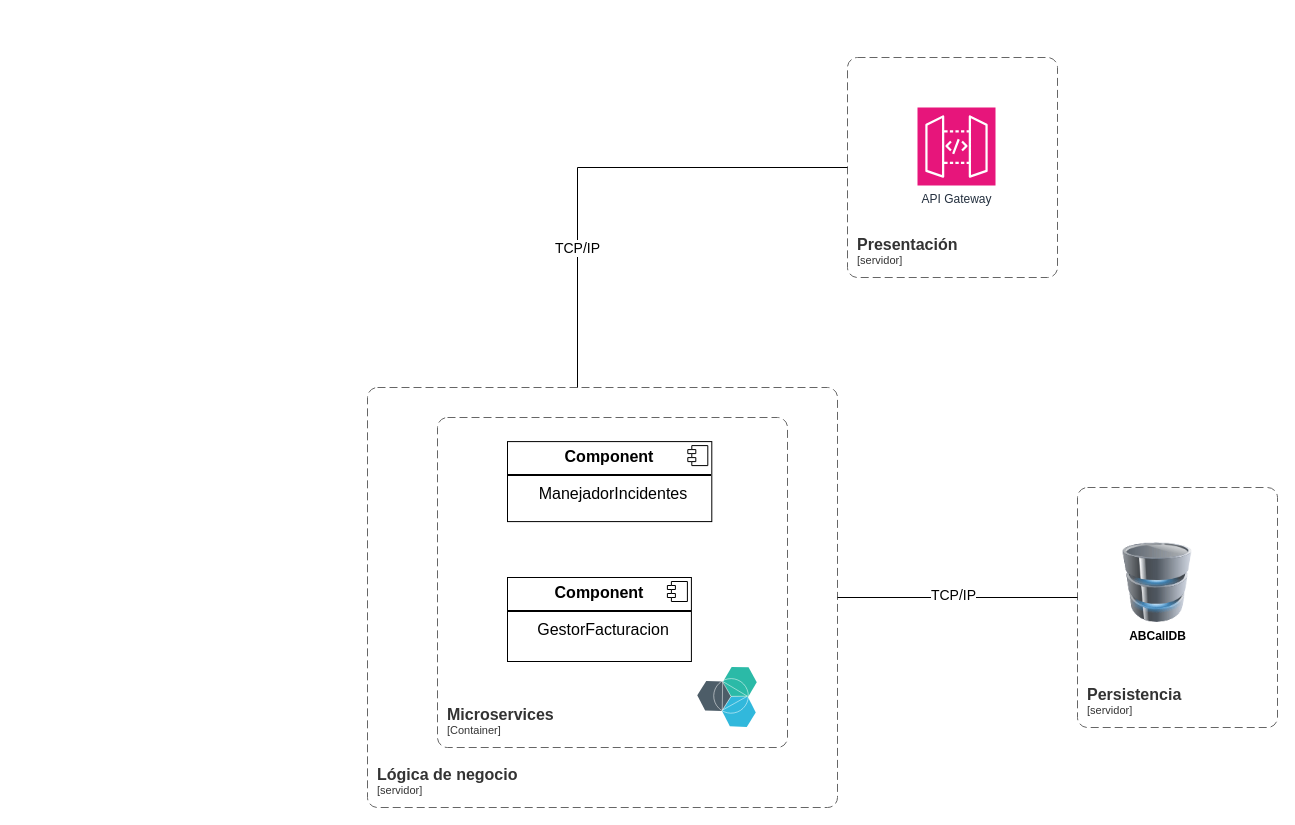
This is page "hu experimento arquitectura abcall" (7 of 7) of diagramas.drawio from lordmkichavi-andes/MISW4202-202414-Grupo017, a draw.io file, before an edit. Source tidied: cells renumbered, new cells numbered last; positions are measured from the earlier drawing's top-left corner, leaving out a move shared by most shapes. Both pictures are drawn from the tidied source at 100%, with x=0, y=0 at pixel (367, 57).
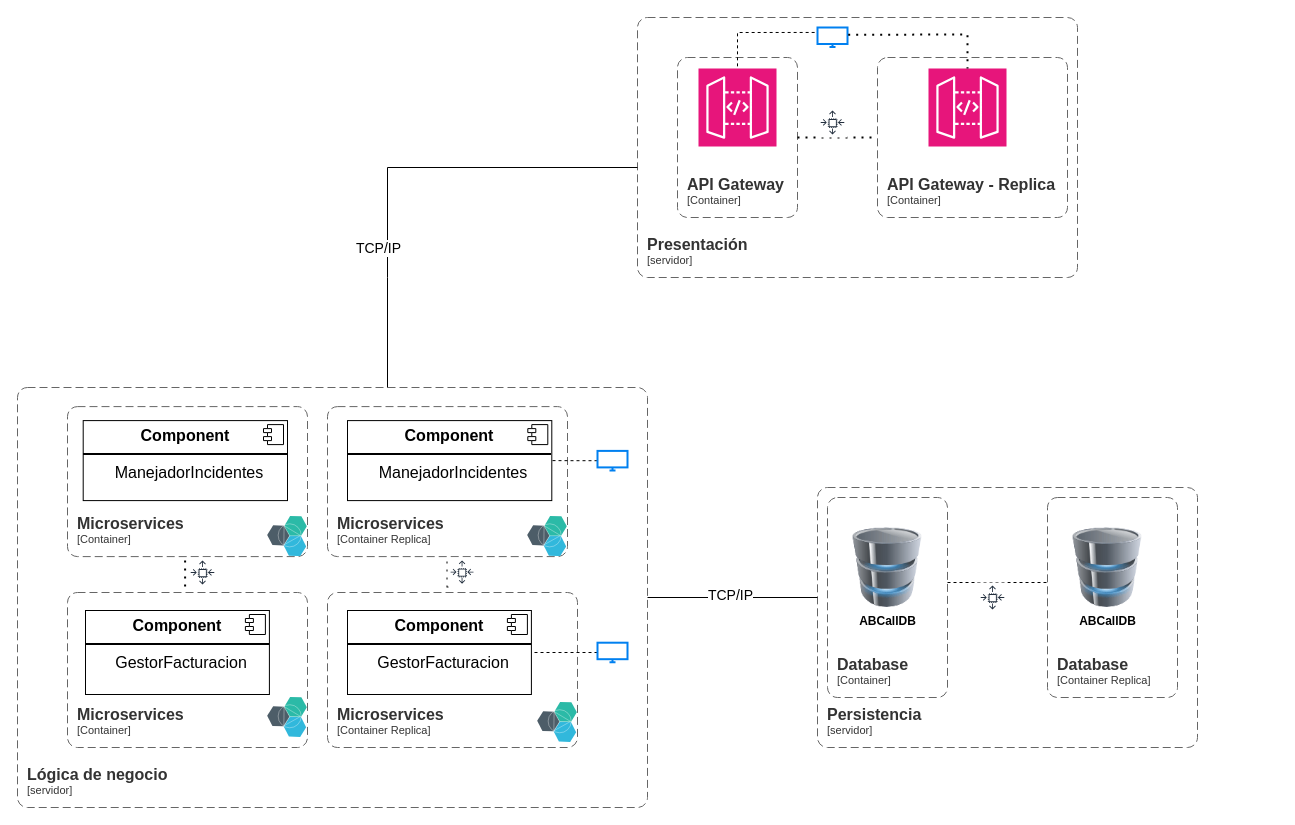
The same page after the edit.

What changed in the source:
```diff
@@
-    <mxCell id="2" style="image;perimeter=ellipsePerimeter;html=1;align=center;shadow=0;dashed=0;fontColor=#4277BB;labelBackgroundColor=default;fontSize=12;spacingTop=3;image=img/lib/ibm/miscellaneous/microservices_application.svg;" parent="1" vertex="1">
-      <mxGeometry x="330" y="610" width="60" height="60" as="geometry" />
-    </mxCell>
     <mxCell id="3" value="&lt;p style=&quot;margin: 6px 0px 0px; text-align: center; font-size: 16px;&quot;&gt;&lt;b style=&quot;font-size: 16px;&quot;&gt;&lt;font style=&quot;font-size: 16px;&quot;&gt;Component&lt;/font&gt;&lt;/b&gt;&lt;/p&gt;&lt;hr style=&quot;border-style: solid; font-size: 16px;&quot;&gt;&lt;p style=&quot;text-align: center; margin: 0px 0px 0px 8px; font-size: 16px;&quot;&gt;&lt;font style=&quot;font-size: 16px;&quot;&gt;ManejadorIncidentes&lt;/font&gt;&lt;br style=&quot;font-size: 16px;&quot;&gt;&lt;/p&gt;" style="align=left;overflow=fill;html=1;whiteSpace=wrap;fontSize=16;" parent="1" vertex="1">
-      <mxGeometry x="140" y="384.1" width="204.3" height="80" as="geometry" />
+      <mxGeometry x="-20" y="363.1" width="204.3" height="80" as="geometry" />
     </mxCell>
@@
     <mxCell id="5" value="&lt;p style=&quot;margin: 6px 0px 0px; text-align: center; font-size: 16px;&quot;&gt;&lt;b style=&quot;font-size: 16px;&quot;&gt;Component&lt;/b&gt;&lt;/p&gt;&lt;hr style=&quot;border-style: solid; font-size: 16px;&quot;&gt;&lt;p style=&quot;text-align: center; margin: 0px 0px 0px 8px; font-size: 16px;&quot;&gt;GestorFacturacion&lt;br style=&quot;font-size: 16px;&quot;&gt;&lt;/p&gt;" style="align=left;overflow=fill;html=1;whiteSpace=wrap;fontSize=16;" parent="1" vertex="1">
-      <mxGeometry x="140" y="520" width="183.9" height="84" as="geometry" />
+      <mxGeometry x="-20" y="553" width="183.9" height="84" as="geometry" />
     </mxCell>
@@
+    <mxCell id="17" style="edgeStyle=orthogonalEdgeStyle;rounded=0;orthogonalLoop=1;jettySize=auto;html=1;endArrow=none;endFill=0;dashed=1;" parent="1" edge="1">
+      <mxGeometry relative="1" as="geometry">
+        <mxPoint x="580" y="525" as="sourcePoint" />
+        <mxPoint x="680" y="525" as="targetPoint" />
+      </mxGeometry>
+    </mxCell>
     <mxCell id="7" value="&lt;b&gt;ABCallDB&lt;/b&gt;" style="image;html=1;image=img/lib/clip_art/computers/Database_128x128.png;" parent="1" vertex="1">
-      <mxGeometry x="750" y="485" width="80" height="80" as="geometry" />
+      <mxGeometry x="480" y="470" width="80" height="80" as="geometry" />
     </mxCell>
-    <object id="8" label="&lt;font style=&quot;font-size: 16px&quot;&gt;&lt;b&gt;&lt;div style=&quot;text-align: left&quot;&gt;%c4Name%&lt;/div&gt;&lt;/b&gt;&lt;/font&gt;&lt;div style=&quot;text-align: left&quot;&gt;[%c4Application%]&lt;/div&gt;" c4Application="Container" c4Name="Microservices" placeholders="1">
+    <object id="8" label="&lt;font style=&quot;font-size: 16px&quot;&gt;&lt;b&gt;&lt;div style=&quot;text-align: left&quot;&gt;%c4Name%&lt;/div&gt;&lt;/b&gt;&lt;/font&gt;&lt;div style=&quot;text-align: left&quot;&gt;[%c4Application%]&lt;/div&gt;" c4Application="Container Replica" c4Name="Microservices" placeholders="1">
       <mxCell style="rounded=1;fontSize=11;whiteSpace=wrap;html=1;dashed=1;arcSize=20;fillColor=none;strokeColor=#666666;fontColor=#333333;labelBackgroundColor=none;align=left;verticalAlign=bottom;labelBorderColor=none;spacingTop=0;spacing=10;dashPattern=8 4;perimeter=rectanglePerimeter;noLabel=0;labelPadding=0;absoluteArcSize=1;" parent="1" vertex="1">
-        <mxGeometry x="70" y="360" width="350" height="330" as="geometry" />
+        <mxGeometry x="-40" y="349.1" width="240" height="150" as="geometry" />
       </mxCell>
     </object>
     <object id="9" label="&lt;font style=&quot;font-size: 16px&quot;&gt;&lt;b&gt;&lt;div style=&quot;text-align: left&quot;&gt;%c4Name%&lt;/div&gt;&lt;/b&gt;&lt;/font&gt;&lt;div style=&quot;text-align: left&quot;&gt;[%c4Application%]&lt;/div&gt;" c4Application="servidor" c4Name="Presentación" placeholders="1">
       <mxCell style="rounded=1;fontSize=11;whiteSpace=wrap;html=1;dashed=1;arcSize=20;fillColor=none;strokeColor=#666666;fontColor=#333333;labelBackgroundColor=none;align=left;verticalAlign=bottom;labelBorderColor=none;spacingTop=0;spacing=10;dashPattern=8 4;perimeter=rectanglePerimeter;noLabel=0;labelPadding=0;absoluteArcSize=1;" parent="1" vertex="1">
-        <mxGeometry x="480" width="210" height="220" as="geometry" />
+        <mxGeometry x="270" y="-40" width="440" height="260" as="geometry" />
       </mxCell>
     </object>
     <object id="10" label="&lt;font style=&quot;font-size: 16px&quot;&gt;&lt;b&gt;&lt;div style=&quot;text-align: left&quot;&gt;%c4Name%&lt;/div&gt;&lt;/b&gt;&lt;/font&gt;&lt;div style=&quot;text-align: left&quot;&gt;[%c4Application%]&lt;/div&gt;" c4Application="servidor" c4Name="Persistencia" placeholders="1">
       <mxCell style="rounded=1;fontSize=11;whiteSpace=wrap;html=1;dashed=1;arcSize=20;fillColor=none;strokeColor=#666666;fontColor=#333333;labelBackgroundColor=none;align=left;verticalAlign=bottom;labelBorderColor=none;spacingTop=0;spacing=10;dashPattern=8 4;perimeter=rectanglePerimeter;noLabel=0;labelPadding=0;absoluteArcSize=1;" parent="1" vertex="1">
-        <mxGeometry x="710" y="430" width="200" height="240" as="geometry" />
+        <mxGeometry x="450" y="430" width="380" height="260" as="geometry" />
       </mxCell>
     </object>
     <object id="11" label="&lt;font style=&quot;font-size: 16px&quot;&gt;&lt;b&gt;&lt;div style=&quot;text-align: left&quot;&gt;%c4Name%&lt;/div&gt;&lt;/b&gt;&lt;/font&gt;&lt;div style=&quot;text-align: left&quot;&gt;[%c4Application%]&lt;/div&gt;" c4Application="servidor" c4Name="Lógica de negocio" placeholders="1">
       <mxCell style="rounded=1;fontSize=11;whiteSpace=wrap;html=1;dashed=1;arcSize=20;fillColor=none;strokeColor=#666666;fontColor=#333333;labelBackgroundColor=none;align=left;verticalAlign=bottom;labelBorderColor=none;spacingTop=0;spacing=10;dashPattern=8 4;perimeter=rectanglePerimeter;noLabel=0;labelPadding=0;absoluteArcSize=1;" parent="1" vertex="1">
-        <mxGeometry y="330" width="470" height="420" as="geometry" />
+        <mxGeometry x="-350" y="330" width="630" height="420" as="geometry" />
       </mxCell>
     </object>
-    <mxCell id="12" value="API Gateway" style="sketch=0;points=[[0,0,0],[0.25,0,0],[0.5,0,0],[0.75,0,0],[1,0,0],[0,1,0],[0.25,1,0],[0.5,1,0],[0.75,1,0],[1,1,0],[0,0.25,0],[0,0.5,0],[0,0.75,0],[1,0.25,0],[1,0.5,0],[1,0.75,0]];outlineConnect=0;fontColor=#232F3E;fillColor=#E7157B;strokeColor=#ffffff;dashed=0;verticalLabelPosition=bottom;verticalAlign=top;align=center;html=1;fontSize=12;fontStyle=0;shape=mxgraph.aws4.resourceIcon;resIcon=mxgraph.aws4.api_gateway;" parent="1" vertex="1">
-      <mxGeometry x="550" y="50" width="78" height="78" as="geometry" />
+    <mxCell id="12" style="sketch=0;points=[[0,0,0],[0.25,0,0],[0.5,0,0],[0.75,0,0],[1,0,0],[0,1,0],[0.25,1,0],[0.5,1,0],[0.75,1,0],[1,1,0],[0,0.25,0],[0,0.5,0],[0,0.75,0],[1,0.25,0],[1,0.5,0],[1,0.75,0]];outlineConnect=0;fontColor=#232F3E;fillColor=#E7157B;strokeColor=#ffffff;dashed=0;verticalLabelPosition=bottom;verticalAlign=top;align=center;html=1;fontSize=12;fontStyle=0;shape=mxgraph.aws4.resourceIcon;resIcon=mxgraph.aws4.api_gateway;" parent="1" vertex="1">
+      <mxGeometry x="561" y="11" width="78" height="78" as="geometry" />
     </mxCell>
     <mxCell id="13" style="endArrow=none;html=1;rounded=0;" parent="1" edge="1">
       <mxGeometry relative="1" as="geometry">
-        <mxPoint x="210" y="330" as="sourcePoint" />
-        <mxPoint x="480" y="110" as="targetPoint" />
+        <mxPoint x="20" y="330" as="sourcePoint" />
+        <mxPoint x="270" y="110" as="targetPoint" />
         <Array as="points">
-          <mxPoint x="210" y="110" />
+          <mxPoint x="20" y="220" />
+          <mxPoint x="20" y="110" />
         </Array>
       </mxGeometry>
     </mxCell>
@@
     <mxCell id="15" style="endArrow=none;html=1;rounded=0;" parent="1" edge="1">
       <mxGeometry relative="1" as="geometry">
-        <mxPoint x="470" y="540" as="sourcePoint" />
-        <mxPoint x="710" y="540" as="targetPoint" />
+        <mxPoint x="280" y="540" as="sourcePoint" />
+        <mxPoint x="450" y="540" as="targetPoint" />
       </mxGeometry>
     </mxCell>
@@
+    <mxCell id="18" value="&lt;p style=&quot;margin: 6px 0px 0px; text-align: center; font-size: 16px;&quot;&gt;&lt;b style=&quot;font-size: 16px;&quot;&gt;&lt;font style=&quot;font-size: 16px;&quot;&gt;Component&lt;/font&gt;&lt;/b&gt;&lt;/p&gt;&lt;hr style=&quot;border-style: solid; font-size: 16px;&quot;&gt;&lt;p style=&quot;text-align: center; margin: 0px 0px 0px 8px; font-size: 16px;&quot;&gt;&lt;font style=&quot;font-size: 16px;&quot;&gt;ManejadorIncidentes&lt;/font&gt;&lt;br style=&quot;font-size: 16px;&quot;&gt;&lt;/p&gt;" style="align=left;overflow=fill;html=1;whiteSpace=wrap;fontSize=16;" parent="1" vertex="1">
+      <mxGeometry x="-284.3" y="363.1" width="204.3" height="80" as="geometry" />
+    </mxCell>
+    <mxCell id="19" style="shape=component;jettyWidth=8;jettyHeight=4;fontSize=16;" parent="18" vertex="1">
+      <mxGeometry x="1" width="20" height="20" relative="1" as="geometry">
+        <mxPoint x="-24" y="4" as="offset" />
+      </mxGeometry>
+    </mxCell>
+    <mxCell id="20" value="&lt;p style=&quot;margin: 6px 0px 0px; text-align: center; font-size: 16px;&quot;&gt;&lt;b style=&quot;font-size: 16px;&quot;&gt;Component&lt;/b&gt;&lt;/p&gt;&lt;hr style=&quot;border-style: solid; font-size: 16px;&quot;&gt;&lt;p style=&quot;text-align: center; margin: 0px 0px 0px 8px; font-size: 16px;&quot;&gt;GestorFacturacion&lt;br style=&quot;font-size: 16px;&quot;&gt;&lt;/p&gt;" style="align=left;overflow=fill;html=1;whiteSpace=wrap;fontSize=16;" parent="1" vertex="1">
+      <mxGeometry x="-282" y="553" width="183.9" height="84" as="geometry" />
+    </mxCell>
+    <mxCell id="21" style="shape=component;jettyWidth=8;jettyHeight=4;fontSize=16;" parent="20" vertex="1">
+      <mxGeometry x="1" width="20" height="20" relative="1" as="geometry">
+        <mxPoint x="-24" y="4" as="offset" />
+      </mxGeometry>
+    </mxCell>
+    <object id="22" label="&lt;font style=&quot;font-size: 16px&quot;&gt;&lt;b&gt;&lt;div style=&quot;text-align: left&quot;&gt;%c4Name%&lt;/div&gt;&lt;/b&gt;&lt;/font&gt;&lt;div style=&quot;text-align: left&quot;&gt;[%c4Application%]&lt;/div&gt;" c4Application="Container" c4Name="Microservices" placeholders="1">
+      <mxCell style="rounded=1;fontSize=11;whiteSpace=wrap;html=1;dashed=1;arcSize=20;fillColor=none;strokeColor=#666666;fontColor=#333333;labelBackgroundColor=none;align=left;verticalAlign=bottom;labelBorderColor=none;spacingTop=0;spacing=10;dashPattern=8 4;perimeter=rectanglePerimeter;noLabel=0;labelPadding=0;absoluteArcSize=1;" parent="1" vertex="1">
+        <mxGeometry x="-300" y="535" width="240" height="155" as="geometry" />
+      </mxCell>
+    </object>
+    <object id="23" label="&lt;font style=&quot;font-size: 16px&quot;&gt;&lt;b&gt;&lt;div style=&quot;text-align: left&quot;&gt;%c4Name%&lt;/div&gt;&lt;/b&gt;&lt;/font&gt;&lt;div style=&quot;text-align: left&quot;&gt;[%c4Application%]&lt;/div&gt;" c4Application="Container" c4Name="Microservices" placeholders="1">
+      <mxCell style="rounded=1;fontSize=11;whiteSpace=wrap;html=1;dashed=1;arcSize=20;fillColor=none;strokeColor=#666666;fontColor=#333333;labelBackgroundColor=none;align=left;verticalAlign=bottom;labelBorderColor=none;spacingTop=0;spacing=10;dashPattern=8 4;perimeter=rectanglePerimeter;noLabel=0;labelPadding=0;absoluteArcSize=1;" parent="1" vertex="1">
+        <mxGeometry x="-300" y="349.1" width="240" height="150" as="geometry" />
+      </mxCell>
+    </object>
+    <object id="24" label="&lt;font style=&quot;font-size: 16px&quot;&gt;&lt;b&gt;&lt;div style=&quot;text-align: left&quot;&gt;%c4Name%&lt;/div&gt;&lt;/b&gt;&lt;/font&gt;&lt;div style=&quot;text-align: left&quot;&gt;[%c4Application%]&lt;/div&gt;" c4Application="Container Replica" c4Name="Microservices" placeholders="1">
+      <mxCell style="rounded=1;fontSize=11;whiteSpace=wrap;html=1;dashed=1;arcSize=20;fillColor=none;strokeColor=#666666;fontColor=#333333;labelBackgroundColor=none;align=left;verticalAlign=bottom;labelBorderColor=none;spacingTop=0;spacing=10;dashPattern=8 4;perimeter=rectanglePerimeter;noLabel=0;labelPadding=0;absoluteArcSize=1;" parent="1" vertex="1">
+        <mxGeometry x="-40" y="535" width="250" height="155" as="geometry" />
+      </mxCell>
+    </object>
+    <mxCell id="25" style="image;perimeter=ellipsePerimeter;html=1;align=center;shadow=0;dashed=0;fontColor=#4277BB;labelBackgroundColor=default;fontSize=12;spacingTop=3;image=img/lib/ibm/miscellaneous/microservices_application.svg;" parent="1" vertex="1">
+      <mxGeometry x="160" y="459.1" width="40" height="40" as="geometry" />
+    </mxCell>
+    <mxCell id="26" style="image;perimeter=ellipsePerimeter;html=1;align=center;shadow=0;dashed=0;fontColor=#4277BB;labelBackgroundColor=default;fontSize=12;spacingTop=3;image=img/lib/ibm/miscellaneous/microservices_application.svg;" parent="1" vertex="1">
+      <mxGeometry x="170" y="645" width="40" height="40" as="geometry" />
+    </mxCell>
+    <mxCell id="27" style="image;perimeter=ellipsePerimeter;html=1;align=center;shadow=0;dashed=0;fontColor=#4277BB;labelBackgroundColor=default;fontSize=12;spacingTop=3;image=img/lib/ibm/miscellaneous/microservices_application.svg;" parent="1" vertex="1">
+      <mxGeometry x="-100" y="640" width="40" height="40" as="geometry" />
+    </mxCell>
+    <mxCell id="28" style="image;perimeter=ellipsePerimeter;html=1;align=center;shadow=0;dashed=0;fontColor=#4277BB;labelBackgroundColor=default;fontSize=12;spacingTop=3;image=img/lib/ibm/miscellaneous/microservices_application.svg;" parent="1" vertex="1">
+      <mxGeometry x="-100" y="459.1" width="40" height="40" as="geometry" />
+    </mxCell>
+    <object id="29" label="&lt;font style=&quot;font-size: 16px&quot;&gt;&lt;b&gt;&lt;div style=&quot;text-align: left&quot;&gt;%c4Name%&lt;/div&gt;&lt;/b&gt;&lt;/font&gt;&lt;div style=&quot;text-align: left&quot;&gt;[%c4Application%]&lt;/div&gt;" c4Application="Container" c4Name="API Gateway" placeholders="1">
+      <mxCell style="rounded=1;fontSize=11;whiteSpace=wrap;html=1;dashed=1;arcSize=20;fillColor=none;strokeColor=#666666;fontColor=#333333;labelBackgroundColor=none;align=left;verticalAlign=bottom;labelBorderColor=none;spacingTop=0;spacing=10;dashPattern=8 4;perimeter=rectanglePerimeter;noLabel=0;labelPadding=0;absoluteArcSize=1;" parent="1" vertex="1">
+        <mxGeometry x="310" width="120" height="160" as="geometry" />
+      </mxCell>
+    </object>
+    <mxCell id="30" style="sketch=0;points=[[0,0,0],[0.25,0,0],[0.5,0,0],[0.75,0,0],[1,0,0],[0,1,0],[0.25,1,0],[0.5,1,0],[0.75,1,0],[1,1,0],[0,0.25,0],[0,0.5,0],[0,0.75,0],[1,0.25,0],[1,0.5,0],[1,0.75,0]];outlineConnect=0;fontColor=#232F3E;fillColor=#E7157B;strokeColor=#ffffff;dashed=0;verticalLabelPosition=bottom;verticalAlign=top;align=center;html=1;fontSize=12;fontStyle=0;shape=mxgraph.aws4.resourceIcon;resIcon=mxgraph.aws4.api_gateway;" parent="1" vertex="1">
+      <mxGeometry x="331" y="11" width="78" height="78" as="geometry" />
+    </mxCell>
+    <object id="31" label="&lt;font style=&quot;font-size: 16px&quot;&gt;&lt;b&gt;&lt;div style=&quot;text-align: left&quot;&gt;%c4Name%&lt;/div&gt;&lt;/b&gt;&lt;/font&gt;&lt;div style=&quot;text-align: left&quot;&gt;[%c4Application%]&lt;/div&gt;" c4Application="Container" c4Name="API Gateway - Replica" placeholders="1">
+      <mxCell style="rounded=1;fontSize=11;whiteSpace=wrap;html=1;dashed=1;arcSize=20;fillColor=none;strokeColor=#666666;fontColor=#333333;labelBackgroundColor=none;align=left;verticalAlign=bottom;labelBorderColor=none;spacingTop=0;spacing=10;dashPattern=8 4;perimeter=rectanglePerimeter;noLabel=0;labelPadding=0;absoluteArcSize=1;" parent="1" vertex="1">
+        <mxGeometry x="510" width="190" height="160" as="geometry" />
+      </mxCell>
+    </object>
+    <mxCell id="32" style="endArrow=none;dashed=1;html=1;dashPattern=1 3;strokeWidth=2;rounded=0;" parent="1" edge="1">
+      <mxGeometry relative="1" as="geometry">
+        <mxPoint x="430" y="80" as="sourcePoint" />
+        <mxPoint x="510" y="80" as="targetPoint" />
+      </mxGeometry>
+    </mxCell>
+    <mxCell id="33" style="endArrow=none;dashed=1;html=1;dashPattern=1 3;strokeWidth=2;rounded=0;" parent="1" edge="1">
+      <mxGeometry relative="1" as="geometry">
+        <mxPoint x="80" y="530" as="sourcePoint" />
+        <mxPoint x="80" y="500" as="targetPoint" />
+      </mxGeometry>
+    </mxCell>
+    <mxCell id="34" style="endArrow=none;dashed=1;html=1;dashPattern=1 3;strokeWidth=2;rounded=0;" parent="1" edge="1">
+      <mxGeometry relative="1" as="geometry">
+        <mxPoint x="-182.4" y="529.1" as="sourcePoint" />
+        <mxPoint x="-182.4" y="499.1" as="targetPoint" />
+      </mxGeometry>
+    </mxCell>
+    <mxCell id="35" value="&lt;b&gt;ABCallDB&lt;/b&gt;&lt;div&gt;&lt;br&gt;&lt;/div&gt;" style="image;html=1;image=img/lib/clip_art/computers/Database_128x128.png;" parent="1" vertex="1">
+      <mxGeometry x="700" y="470" width="80" height="80" as="geometry" />
+    </mxCell>
+    <object id="36" label="&lt;font style=&quot;font-size: 16px&quot;&gt;&lt;b&gt;&lt;div style=&quot;text-align: left&quot;&gt;%c4Name%&lt;/div&gt;&lt;/b&gt;&lt;/font&gt;&lt;div style=&quot;text-align: left&quot;&gt;[%c4Application%]&lt;/div&gt;" c4Application="Container" c4Name="Database" placeholders="1">
+      <mxCell style="rounded=1;fontSize=11;whiteSpace=wrap;html=1;dashed=1;arcSize=20;fillColor=none;strokeColor=#666666;fontColor=#333333;labelBackgroundColor=none;align=left;verticalAlign=bottom;labelBorderColor=none;spacingTop=0;spacing=10;dashPattern=8 4;perimeter=rectanglePerimeter;noLabel=0;labelPadding=0;absoluteArcSize=1;" parent="1" vertex="1">
+        <mxGeometry x="460" y="440" width="120" height="200" as="geometry" />
+      </mxCell>
+    </object>
+    <object id="37" label="&lt;font style=&quot;font-size: 16px&quot;&gt;&lt;b&gt;&lt;div style=&quot;text-align: left&quot;&gt;%c4Name%&lt;/div&gt;&lt;/b&gt;&lt;/font&gt;&lt;div style=&quot;text-align: left&quot;&gt;[%c4Application%]&lt;/div&gt;" c4Application="Container Replica" c4Name="Database" placeholders="1">
+      <mxCell style="rounded=1;fontSize=11;whiteSpace=wrap;html=1;dashed=1;arcSize=20;fillColor=none;strokeColor=#666666;fontColor=#333333;labelBackgroundColor=none;align=left;verticalAlign=bottom;labelBorderColor=none;spacingTop=0;spacing=10;dashPattern=8 4;perimeter=rectanglePerimeter;noLabel=0;labelPadding=0;absoluteArcSize=1;" parent="1" vertex="1">
+        <mxGeometry x="680" y="440" width="130" height="200" as="geometry" />
+      </mxCell>
+    </object>
+    <mxCell id="38" style="sketch=0;fontColor=#232F3E;gradientColor=none;strokeColor=#232F3E;fillColor=#ffffff;dashed=0;verticalLabelPosition=bottom;verticalAlign=top;align=center;html=1;fontSize=12;fontStyle=0;shape=mxgraph.aws4.resourceIcon;resIcon=mxgraph.aws4.auto_scaling;" parent="1" vertex="1">
+      <mxGeometry x="610" y="525" width="30" height="30" as="geometry" />
+    </mxCell>
+    <mxCell id="39" style="sketch=0;fontColor=#232F3E;gradientColor=none;strokeColor=#232F3E;fillColor=#ffffff;dashed=0;verticalLabelPosition=bottom;verticalAlign=top;align=center;html=1;fontSize=12;fontStyle=0;shape=mxgraph.aws4.resourceIcon;resIcon=mxgraph.aws4.auto_scaling;" parent="1" vertex="1">
+      <mxGeometry x="80" y="500" width="29.1" height="29.1" as="geometry" />
+    </mxCell>
+    <mxCell id="40" style="sketch=0;fontColor=#232F3E;gradientColor=none;strokeColor=#232F3E;fillColor=#ffffff;dashed=0;verticalLabelPosition=bottom;verticalAlign=top;align=center;html=1;fontSize=12;fontStyle=0;shape=mxgraph.aws4.resourceIcon;resIcon=mxgraph.aws4.auto_scaling;" parent="1" vertex="1">
+      <mxGeometry x="-180" y="500" width="30" height="30" as="geometry" />
+    </mxCell>
+    <mxCell id="41" style="sketch=0;fontColor=#232F3E;gradientColor=none;strokeColor=#232F3E;fillColor=#ffffff;dashed=0;verticalLabelPosition=bottom;verticalAlign=top;align=center;html=1;fontSize=12;fontStyle=0;shape=mxgraph.aws4.resourceIcon;resIcon=mxgraph.aws4.auto_scaling;" parent="1" vertex="1">
+      <mxGeometry x="450" y="50" width="30" height="30" as="geometry" />
+    </mxCell>
+    <mxCell id="42" style="edgeStyle=orthogonalEdgeStyle;rounded=0;jettySize=auto;html=1;dashed=1;endArrow=none;endFill=0;exitX=0.105;exitY=0.254;exitDx=0;exitDy=0;exitPerimeter=0;" parent="1" edge="1" source="43" target="30">
+      <mxGeometry relative="1" as="geometry" />
+    </mxCell>
+    <mxCell id="43" style="html=1;verticalLabelPosition=bottom;align=center;labelBackgroundColor=#ffffff;verticalAlign=top;strokeWidth=2;strokeColor=#0080F0;shadow=0;dashed=0;shape=mxgraph.ios7.icons.monitor;" parent="1" vertex="1">
+      <mxGeometry x="450" y="-30" width="30" height="19.5" as="geometry" />
+    </mxCell>
+    <mxCell id="44" style="edgeStyle=orthogonalEdgeStyle;rounded=0;jettySize=auto;html=1;endArrow=none;endFill=0;dashed=1;" parent="1" edge="1" source="45" target="3">
+      <mxGeometry relative="1" as="geometry" />
+    </mxCell>
+    <mxCell id="45" style="html=1;verticalLabelPosition=bottom;align=center;labelBackgroundColor=#ffffff;verticalAlign=top;strokeWidth=2;strokeColor=#0080F0;shadow=0;dashed=0;shape=mxgraph.ios7.icons.monitor;" parent="1" vertex="1">
+      <mxGeometry x="230" y="393.4" width="30" height="19.5" as="geometry" />
+    </mxCell>
+    <mxCell id="46" style="edgeStyle=orthogonalEdgeStyle;rounded=0;jettySize=auto;html=1;entryX=1;entryY=0.5;entryDx=0;entryDy=0;endArrow=none;endFill=0;dashed=1;" parent="1" edge="1" source="47" target="5">
+      <mxGeometry relative="1" as="geometry" />
+    </mxCell>
+    <mxCell id="47" style="html=1;verticalLabelPosition=bottom;align=center;labelBackgroundColor=#ffffff;verticalAlign=top;strokeWidth=2;strokeColor=#0080F0;shadow=0;dashed=0;shape=mxgraph.ios7.icons.monitor;" parent="1" vertex="1">
+      <mxGeometry x="230" y="585.2" width="30" height="19.5" as="geometry" />
+    </mxCell>
+    <mxCell id="48" style="endArrow=none;dashed=1;html=1;dashPattern=1 3;strokeWidth=2;rounded=0;entryX=0.5;entryY=0;entryDx=0;entryDy=0;entryPerimeter=0;exitX=1.023;exitY=0.373;exitDx=0;exitDy=0;exitPerimeter=0;" parent="1" edge="1" source="43" target="12">
+      <mxGeometry relative="1" as="geometry">
+        <Array as="points">
+          <mxPoint x="600" y="-23" />
+        </Array>
+      </mxGeometry>
+    </mxCell>
```
